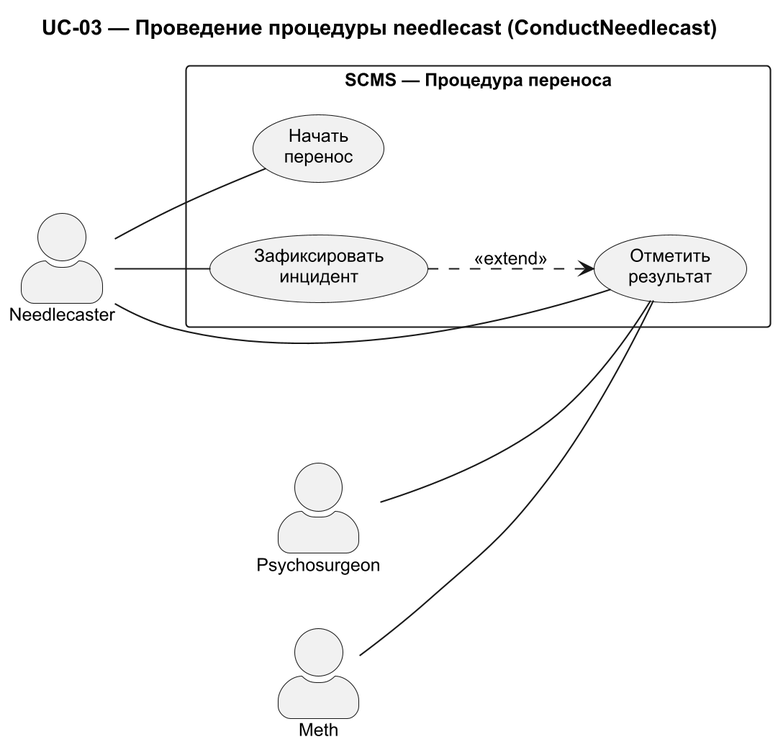
The PlantUML diagram use-case-diagrams/uc03-needlecast-procedure.png in ErnandesDaniel/modified-carbon, before a commit.
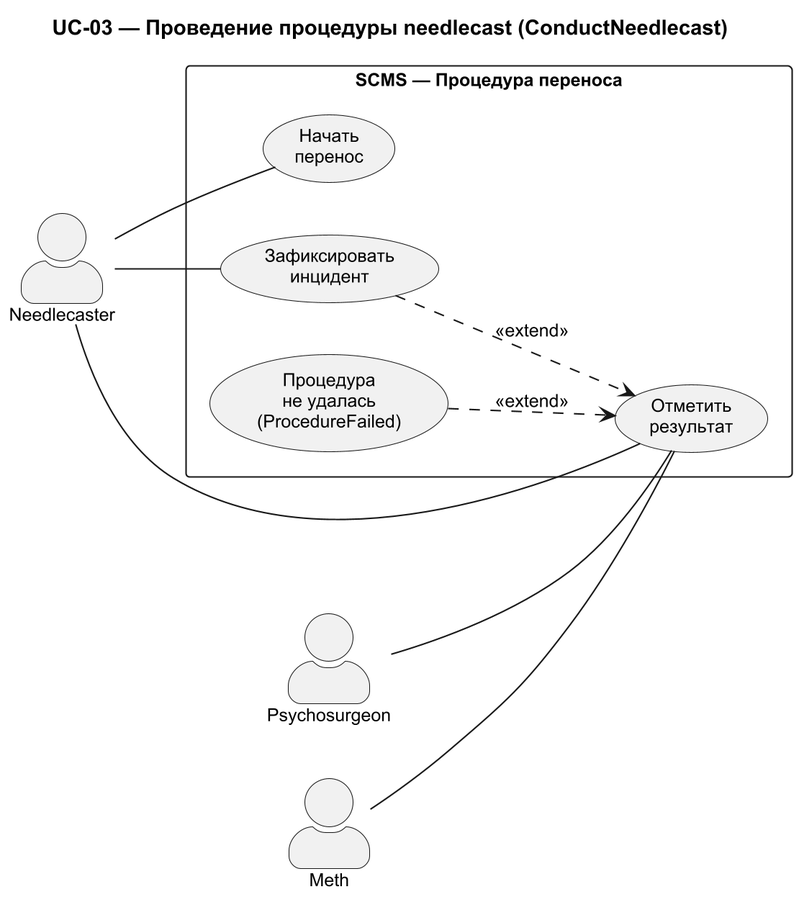
Above is the later version.

The edit, as a diff of the source:
```diff
@@ -14,8 +14,10 @@
   usecase "Начать\nперенос" as START
   usecase "Отметить\nрезультат" as RESULT
   usecase "Зафиксировать\nинцидент" as INCIDENT
+  usecase "Процедура\nне удалась\n(ProcedureFailed)" as FAIL
 
   INCIDENT ..> RESULT : <<extend>>
+  FAIL ..> RESULT : <<extend>>
 }
 
 actor "Needlecaster" as NC
```
